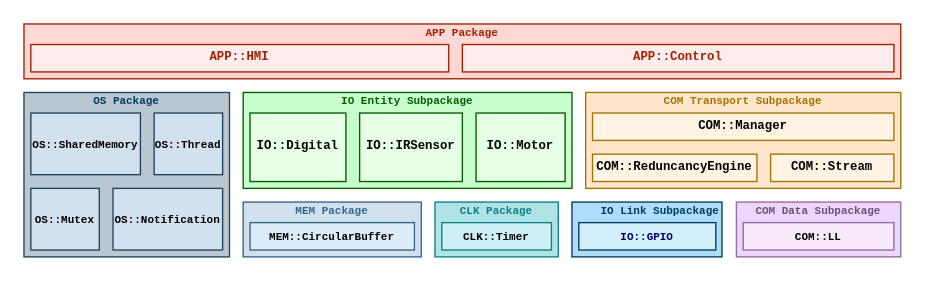
The draw.io diagram Proj/Iterations/1/Design/Navigation-Subsystem/Architectural-Overview/software-stack/full-stack-overview/full-stack-overview.drawio in LPI2-DreamTeam/rfcar, before the edit. Source tidied: cells renumbered, new cells numbered last; positions are measured from the earlier drawing's top-left corner, leaving out a move shared by most shapes. Both pictures are drawn from the tidied source at 137%, with x=0, y=0 at pixel (23, 23).
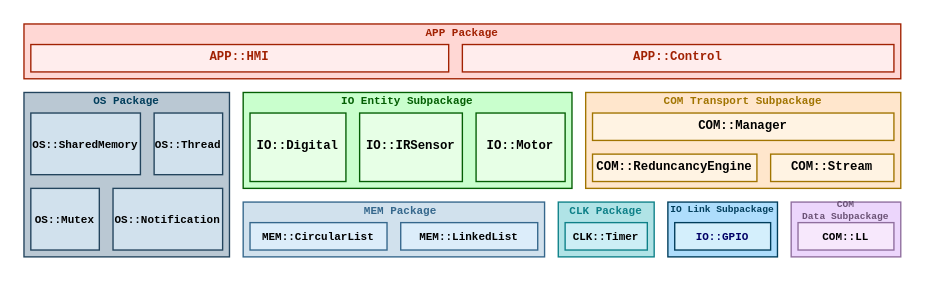
The same page after the edit.

The edit, as a diff of the source:
```diff
@@
     <mxCell id="5" style="rounded=0;whiteSpace=wrap;html=1;labelBackgroundColor=none;fontFamily=Consolas;fontSize=8;align=center;gradientDirection=east;fontStyle=1;fillColor=#b0e3e6;strokeColor=#0e8088;" parent="1" vertex="1">
-      <mxGeometry x="300" y="130" width="90" height="40" as="geometry" />
+      <mxGeometry x="390" y="130" width="70" height="40" as="geometry" />
     </mxCell>
@@
     <mxCell id="7" style="rounded=0;whiteSpace=wrap;html=1;fontSize=9;fontFamily=Consolas;verticalAlign=top;labelPosition=center;verticalLabelPosition=middle;align=center;fillColor=#ECD6FC;strokeColor=#8F6E9E;" parent="1" vertex="1">
-      <mxGeometry x="520" y="130" width="120" height="40" as="geometry" />
+      <mxGeometry x="560" y="130" width="80" height="40" as="geometry" />
     </mxCell>
@@
     <mxCell id="18" value="&lt;font style=&quot;font-size: 8px&quot;&gt;CLK::Timer&lt;/font&gt;" style="rounded=0;whiteSpace=wrap;html=1;labelBackgroundColor=none;fontFamily=Consolas;fontSize=8;align=center;gradientDirection=east;fontStyle=1;strokeColor=#0e8088;fillColor=#CDEEF5;" parent="1" vertex="1">
-      <mxGeometry x="305" y="145" width="80" height="20" as="geometry" />
+      <mxGeometry x="395" y="145" width="60" height="20" as="geometry" />
     </mxCell>
     <mxCell id="19" value="COM::LL" style="rounded=0;whiteSpace=wrap;html=1;fontFamily=Consolas;fontSize=8;align=center;fontStyle=1;spacingRight=0;verticalAlign=middle;fillColor=#F7E8FC;strokeColor=#8F6E9E;" parent="1" vertex="1">
-      <mxGeometry x="525" y="145" width="110" height="20" as="geometry" />
+      <mxGeometry x="565" y="145" width="70" height="20" as="geometry" />
     </mxCell>
@@
     <mxCell id="21" style="rounded=0;whiteSpace=wrap;html=1;fontSize=9;fontFamily=Consolas;verticalAlign=top;labelPosition=center;verticalLabelPosition=middle;align=center;fillColor=#AEDDFC;strokeColor=#003D5B;" parent="1" vertex="1">
-      <mxGeometry x="400" y="130" width="109.5" height="40" as="geometry" />
+      <mxGeometry x="470" y="130" width="80" height="40" as="geometry" />
     </mxCell>
     <mxCell id="22" value="IO::GPIO" style="rounded=0;whiteSpace=wrap;html=1;fontFamily=Consolas;fontSize=8;align=center;fontStyle=1;spacingRight=0;fontColor=#000066;verticalAlign=middle;fillColor=#D4EFFC;strokeColor=#003D5B;" parent="1" vertex="1">
-      <mxGeometry x="405" y="145" width="100" height="20" as="geometry" />
+      <mxGeometry x="475" y="145" width="70" height="20" as="geometry" />
     </mxCell>
-    <mxCell id="23" value="&lt;span style=&quot;color: rgb(106 , 82 , 117) ; font-weight: 700&quot;&gt;COM Data&amp;nbsp;&lt;/span&gt;&lt;font color=&quot;#6a5275&quot;&gt;&lt;b&gt;Subpackage&lt;/b&gt;&lt;/font&gt;" style="text;html=1;strokeColor=none;fillColor=none;align=center;verticalAlign=middle;whiteSpace=wrap;rounded=0;fontFamily=Consolas;fontSize=8;fontColor=#000000;" parent="1" vertex="1">
-      <mxGeometry x="525" y="130" width="110" height="12" as="geometry" />
+    <mxCell id="23" value="&lt;span style=&quot;color: rgb(106, 82, 117); font-weight: 700; font-size: 7px;&quot;&gt;COM Data&amp;nbsp;&lt;/span&gt;&lt;font color=&quot;#6a5275&quot; style=&quot;font-size: 7px;&quot;&gt;&lt;b style=&quot;font-size: 7px;&quot;&gt;Subpackage&lt;/b&gt;&lt;/font&gt;" style="text;html=1;strokeColor=none;fillColor=none;align=center;verticalAlign=middle;whiteSpace=wrap;rounded=0;fontFamily=Consolas;fontSize=7;fontColor=#000000;" parent="1" vertex="1">
+      <mxGeometry x="560" y="130" width="80" height="12" as="geometry" />
     </mxCell>
@@
-    <mxCell id="25" value="&lt;span style=&quot;font-weight: 700&quot;&gt;IO Link&amp;nbsp;&lt;/span&gt;&lt;b&gt;Subpackage&lt;/b&gt;" style="text;html=1;strokeColor=none;fillColor=none;align=center;verticalAlign=middle;whiteSpace=wrap;rounded=0;fontFamily=Consolas;fontSize=8;fontColor=#003D5B;" parent="1" vertex="1">
-      <mxGeometry x="417" y="130" width="95" height="12" as="geometry" />
+    <mxCell id="25" value="&lt;span style=&quot;font-weight: 700; font-size: 7px;&quot;&gt;IO Link&amp;nbsp;&lt;/span&gt;&lt;b style=&quot;font-size: 7px;&quot;&gt;Subpackage&lt;/b&gt;" style="text;html=1;strokeColor=none;fillColor=none;align=center;verticalAlign=middle;whiteSpace=wrap;rounded=0;fontFamily=Consolas;fontSize=7;fontColor=#003D5B;" parent="1" vertex="1">
+      <mxGeometry x="470" y="130" width="80" height="12" as="geometry" />
     </mxCell>
     <mxCell id="26" value="&lt;span style=&quot;font-weight: 700&quot;&gt;CLK&amp;nbsp;&lt;/span&gt;&lt;b&gt;Package&lt;/b&gt;" style="text;html=1;strokeColor=none;fillColor=none;align=center;verticalAlign=middle;whiteSpace=wrap;rounded=0;fontFamily=Consolas;fontSize=8;fontColor=#0E8088;" parent="1" vertex="1">
-      <mxGeometry x="310" y="130" width="70" height="12" as="geometry" />
+      <mxGeometry x="395" y="130" width="60" height="12" as="geometry" />
     </mxCell>
@@
     <mxCell id="31" style="rounded=0;whiteSpace=wrap;html=1;labelBackgroundColor=none;fontFamily=Consolas;fontSize=8;align=center;gradientDirection=east;fontStyle=1;fillColor=#D1E1ED;strokeColor=#35678C;" parent="1" vertex="1">
-      <mxGeometry x="160" y="130" width="130" height="40" as="geometry" />
+      <mxGeometry x="160" y="130" width="220" height="40" as="geometry" />
     </mxCell>
-    <mxCell id="32" value="&lt;font style=&quot;font-size: 8px;&quot;&gt;MEM::CircularBuffer&lt;/font&gt;" style="rounded=0;whiteSpace=wrap;html=1;labelBackgroundColor=none;fontFamily=Consolas;fontSize=8;align=center;gradientDirection=east;fontStyle=1;fillColor=#DCEDFA;strokeColor=#35678C;" parent="1" vertex="1">
-      <mxGeometry x="165" y="145" width="120" height="20" as="geometry" />
+    <mxCell id="32" value="&lt;font style=&quot;font-size: 8px&quot;&gt;MEM::CircularList&lt;/font&gt;" style="rounded=0;whiteSpace=wrap;html=1;labelBackgroundColor=none;fontFamily=Consolas;fontSize=8;align=center;gradientDirection=east;fontStyle=1;fillColor=#DCEDFA;strokeColor=#35678C;" parent="1" vertex="1">
+      <mxGeometry x="165" y="145" width="100" height="20" as="geometry" />
     </mxCell>
     <mxCell id="33" value="&lt;span style=&quot;font-weight: 700&quot;&gt;MEM&amp;nbsp;&lt;/span&gt;&lt;b&gt;Package&lt;/b&gt;" style="text;html=1;strokeColor=none;fillColor=none;align=center;verticalAlign=middle;whiteSpace=wrap;rounded=0;fontFamily=Consolas;fontSize=8;fontColor=#35678C;" parent="1" vertex="1">
-      <mxGeometry x="190" y="130" width="70" height="12" as="geometry" />
+      <mxGeometry x="240" y="130" width="70" height="12" as="geometry" />
     </mxCell>
+    <mxCell id="34" value="&lt;font style=&quot;font-size: 8px&quot;&gt;MEM::LinkedList&lt;/font&gt;" style="rounded=0;whiteSpace=wrap;html=1;labelBackgroundColor=none;fontFamily=Consolas;fontSize=8;align=center;gradientDirection=east;fontStyle=1;fillColor=#DCEDFA;strokeColor=#35678C;" parent="1" vertex="1">
+      <mxGeometry x="275" y="145" width="100" height="20" as="geometry" />
+    </mxCell>
```
